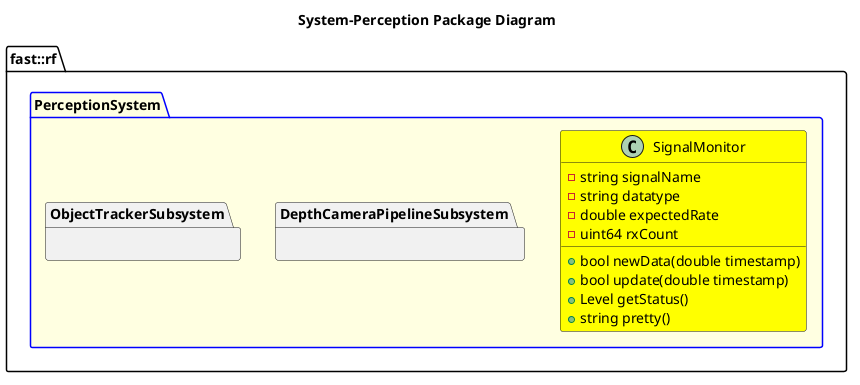
Earlier version of the PlantUML export Systems/Perception/doc/puml/SystemPerceptionPackageDiagram.png (fastrobotics/robot_framework). The source it was exported from:
```plantuml
@startuml
title System-Perception Package Diagram

namespace fast::rf {
    package PerceptionSystem #LightYellow;line:blue {
        class SignalMonitor #Yellow {
                -string signalName
                -string datatype
                -double expectedRate
                -uint64 rxCount
                +bool newData(double timestamp)
                +bool update(double timestamp)
                +Level getStatus()
                +string pretty()
        }
        namespace DepthCameraPipelineSubsystem {

        }
        namespace ObjectTrackerSubsystem {

        }
    }
}
@enduml
```
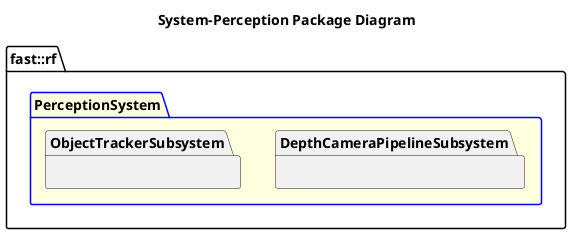
The same diagram one commit later.

Diff of the diagram source:
```diff
@@ -3,16 +3,7 @@
 
 namespace fast::rf {
     package PerceptionSystem #LightYellow;line:blue {
-        class SignalMonitor #Yellow {
-                -string signalName
-                -string datatype
-                -double expectedRate
-                -uint64 rxCount
-                +bool newData(double timestamp)
-                +bool update(double timestamp)
-                +Level getStatus()
-                +string pretty()
-        }
+
         namespace DepthCameraPipelineSubsystem {
 
         }
```
